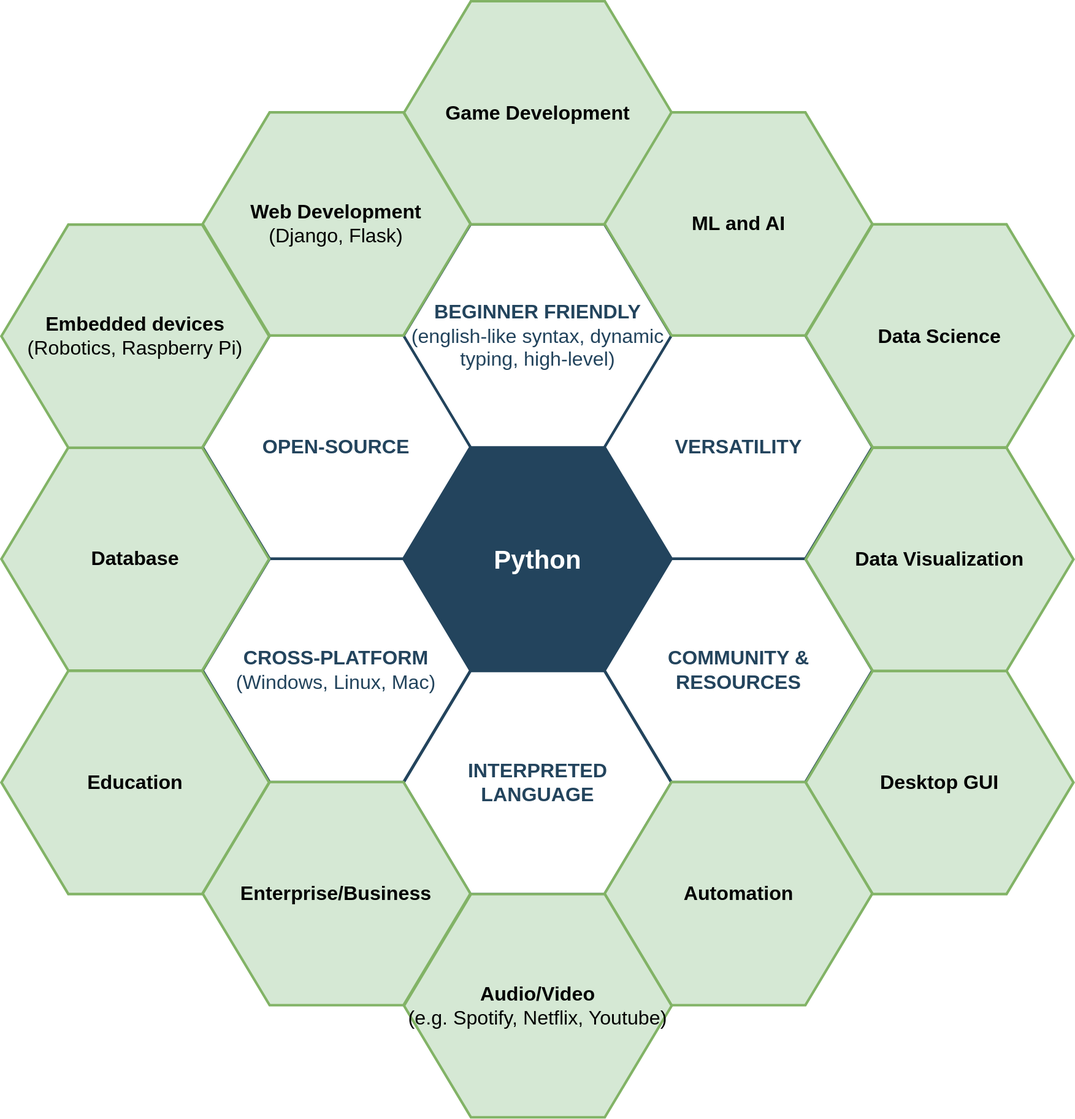
Before: Python_Workshop2022/img/whypython.svg, a diagram exported from draw.io (birkfl/TReND). Source tidied: cells renumbered, new cells last; positions are measured from the earlier drawing's top-left corner, leaving out a move shared by most shapes.
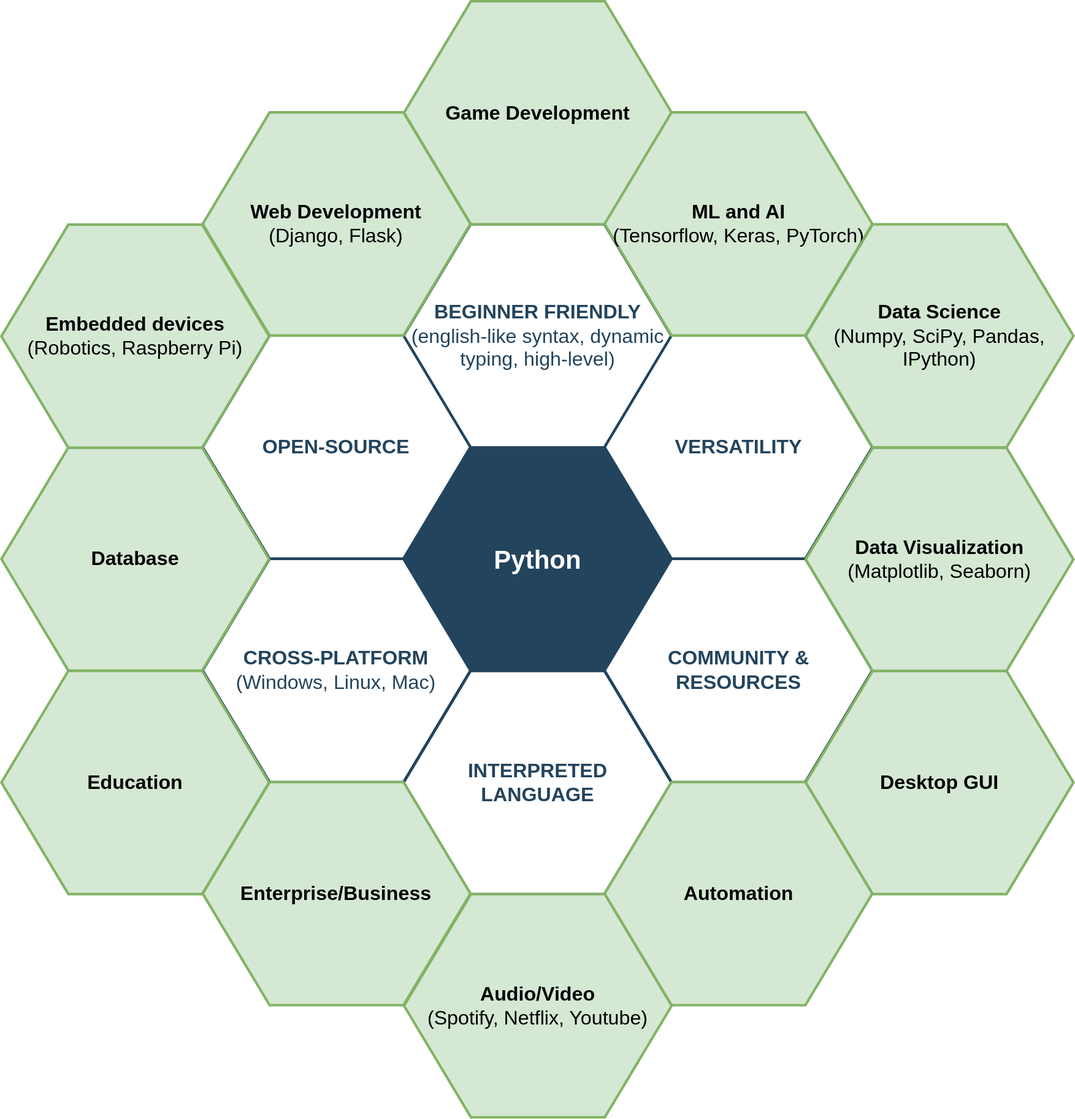
Above is the later version.

The edit, as a diff of the source:
```diff
@@ -32,22 +32,22 @@
     <mxCell id="11" value="&lt;b&gt;Game Development&lt;br&gt;&lt;/b&gt;" style="shape=hexagon;perimeter=hexagonPerimeter2;whiteSpace=wrap;html=1;shadow=0;labelBackgroundColor=none;strokeColor=#82b366;fillColor=#d5e8d4;fontFamily=Helvetica;fontSize=23;align=center;strokeWidth=3;" parent="1" vertex="1">
       <mxGeometry x="469" y="-0.2" width="311.8" height="259.9" as="geometry" />
     </mxCell>
-    <mxCell id="12" value="&lt;b&gt;ML and AI&lt;br&gt;&lt;/b&gt;" style="shape=hexagon;perimeter=hexagonPerimeter2;whiteSpace=wrap;html=1;shadow=0;labelBackgroundColor=none;strokeColor=#82b366;fillColor=#d5e8d4;fontFamily=Helvetica;fontSize=23;align=center;strokeWidth=3;" parent="1" vertex="1">
+    <mxCell id="12" value="&lt;div&gt;&lt;b&gt;ML and AI&lt;br&gt;&lt;/b&gt;&lt;/div&gt;&lt;div&gt;(Tensorflow, Keras, PyTorch)&lt;br&gt;&lt;/div&gt;" style="shape=hexagon;perimeter=hexagonPerimeter2;whiteSpace=wrap;html=1;shadow=0;labelBackgroundColor=none;strokeColor=#82b366;fillColor=#d5e8d4;fontFamily=Helvetica;fontSize=23;align=center;strokeWidth=3;" parent="1" vertex="1">
       <mxGeometry x="702.7" y="129.3" width="311.8" height="259.9" as="geometry" />
     </mxCell>
-    <mxCell id="13" value="&lt;b&gt;Data Science&lt;br&gt;&lt;/b&gt;" style="shape=hexagon;perimeter=hexagonPerimeter2;whiteSpace=wrap;html=1;shadow=0;labelBackgroundColor=none;strokeColor=#82b366;fillColor=#d5e8d4;fontFamily=Helvetica;fontSize=23;align=center;strokeWidth=3;" parent="1" vertex="1">
+    <mxCell id="13" value="&lt;div&gt;&lt;b&gt;Data Science&lt;br&gt;&lt;/b&gt;&lt;/div&gt;&lt;div&gt;(Numpy, SciPy, Pandas, IPython)&lt;br&gt;&lt;/div&gt;" style="shape=hexagon;perimeter=hexagonPerimeter2;whiteSpace=wrap;html=1;shadow=0;labelBackgroundColor=none;strokeColor=#82b366;fillColor=#d5e8d4;fontFamily=Helvetica;fontSize=23;align=center;strokeWidth=3;" parent="1" vertex="1">
       <mxGeometry x="937" y="259.7" width="311.8" height="259.9" as="geometry" />
     </mxCell>
     <mxCell id="14" value="&lt;b&gt;Desktop GUI&lt;/b&gt;" style="shape=hexagon;perimeter=hexagonPerimeter2;whiteSpace=wrap;html=1;shadow=0;labelBackgroundColor=none;strokeColor=#82b366;fillColor=#d5e8d4;fontFamily=Helvetica;fontSize=23;align=center;strokeWidth=3;" parent="1" vertex="1">
       <mxGeometry x="937" y="779.7" width="311.8" height="259.9" as="geometry" />
     </mxCell>
-    <mxCell id="15" value="&lt;b&gt;Data Visualization&lt;/b&gt;" style="shape=hexagon;perimeter=hexagonPerimeter2;whiteSpace=wrap;html=1;shadow=0;labelBackgroundColor=none;strokeColor=#82b366;fillColor=#d5e8d4;fontFamily=Helvetica;fontSize=23;align=center;strokeWidth=3;" parent="1" vertex="1">
+    <mxCell id="15" value="&lt;div&gt;&lt;b&gt;Data Visualization&lt;/b&gt;&lt;/div&gt;(Matplotlib, Seaborn)" style="shape=hexagon;perimeter=hexagonPerimeter2;whiteSpace=wrap;html=1;shadow=0;labelBackgroundColor=none;strokeColor=#82b366;fillColor=#d5e8d4;fontFamily=Helvetica;fontSize=23;align=center;strokeWidth=3;" parent="1" vertex="1">
       <mxGeometry x="937" y="519.9" width="311.8" height="259.9" as="geometry" />
     </mxCell>
     <mxCell id="16" value="&lt;b&gt;Automation&lt;/b&gt;" style="shape=hexagon;perimeter=hexagonPerimeter2;whiteSpace=wrap;html=1;shadow=0;labelBackgroundColor=none;strokeColor=#82b366;fillColor=#d5e8d4;fontFamily=Helvetica;fontSize=23;align=center;strokeWidth=3;" parent="1" vertex="1">
       <mxGeometry x="702.7" y="909.1" width="311.8" height="259.9" as="geometry" />
     </mxCell>
-    <mxCell id="17" value="&lt;div&gt;&lt;b&gt;Audio/Video&lt;br&gt;&lt;/b&gt;&lt;/div&gt;&lt;div&gt;(e.g. Spotify, Netflix, Youtube)&lt;br&gt;&lt;/div&gt;" style="shape=hexagon;perimeter=hexagonPerimeter2;whiteSpace=wrap;html=1;shadow=0;labelBackgroundColor=none;strokeColor=#82b366;fillColor=#d5e8d4;fontFamily=Helvetica;fontSize=23;align=center;strokeWidth=3;" parent="1" vertex="1">
+    <mxCell id="17" value="&lt;div&gt;&lt;b&gt;Audio/Video&lt;br&gt;&lt;/b&gt;&lt;/div&gt;&lt;div&gt;(Spotify, Netflix, Youtube)&lt;br&gt;&lt;/div&gt;" style="shape=hexagon;perimeter=hexagonPerimeter2;whiteSpace=wrap;html=1;shadow=0;labelBackgroundColor=none;strokeColor=#82b366;fillColor=#d5e8d4;fontFamily=Helvetica;fontSize=23;align=center;strokeWidth=3;" parent="1" vertex="1">
       <mxGeometry x="469" y="1039.7" width="311.8" height="259.9" as="geometry" />
     </mxCell>
     <mxCell id="18" value="&lt;b&gt;Enterprise/Business&lt;/b&gt;" style="shape=hexagon;perimeter=hexagonPerimeter2;whiteSpace=wrap;html=1;shadow=0;labelBackgroundColor=none;strokeColor=#82b366;fillColor=#d5e8d4;fontFamily=Helvetica;fontSize=23;align=center;strokeWidth=3;" parent="1" vertex="1">
```
